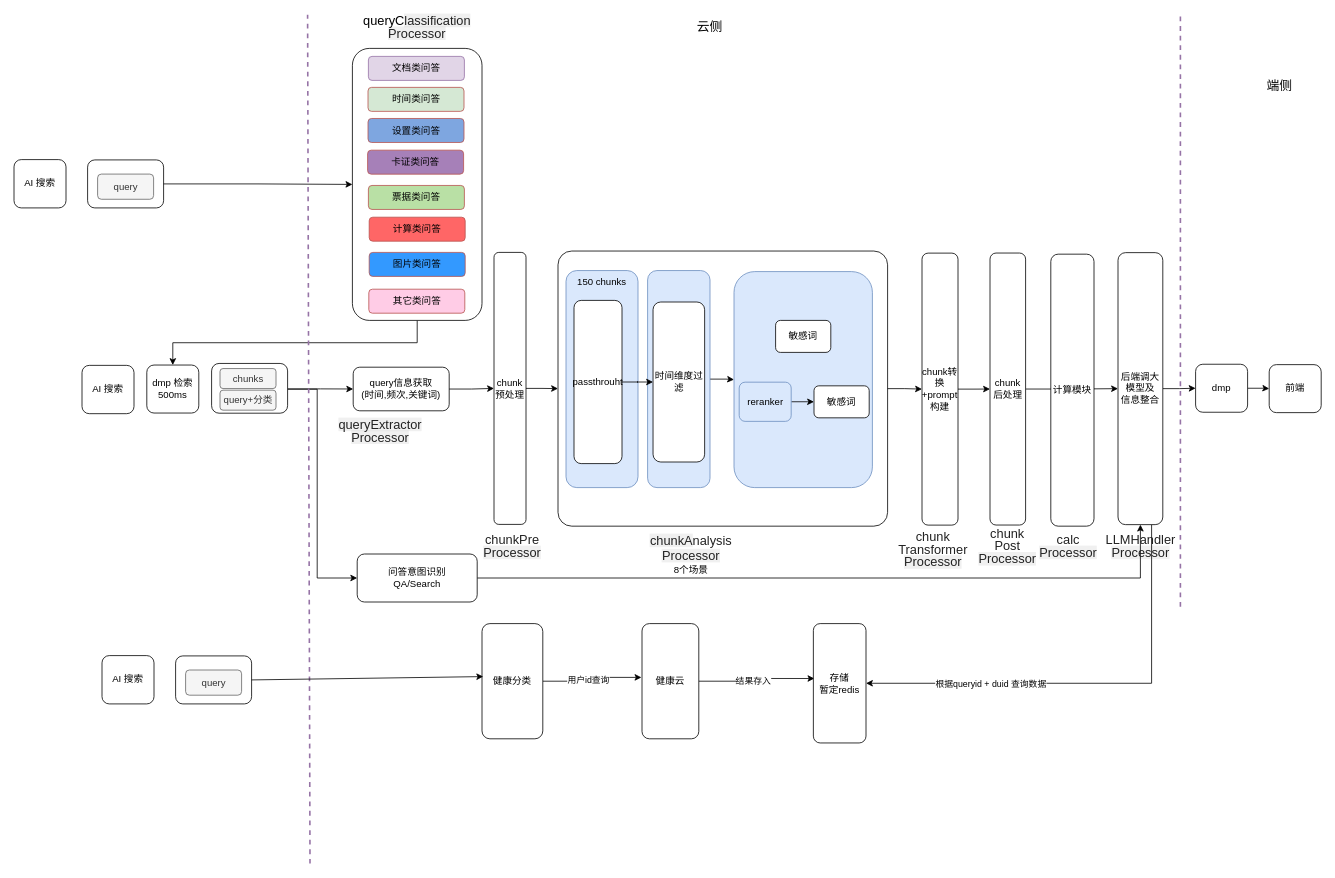
This is page "AI-search-2.0整体框图" (3 of 7) of 个性化.drawio from jingb/pythonRepo, a draw.io file, before an edit. Source tidied: cells renumbered, new cells numbered last; positions are measured from the earlier drawing's top-left corner, leaving out a move shared by most shapes. Both pictures are drawn from the tidied source at 80%, with x=0, y=0 at pixel (14, 14).
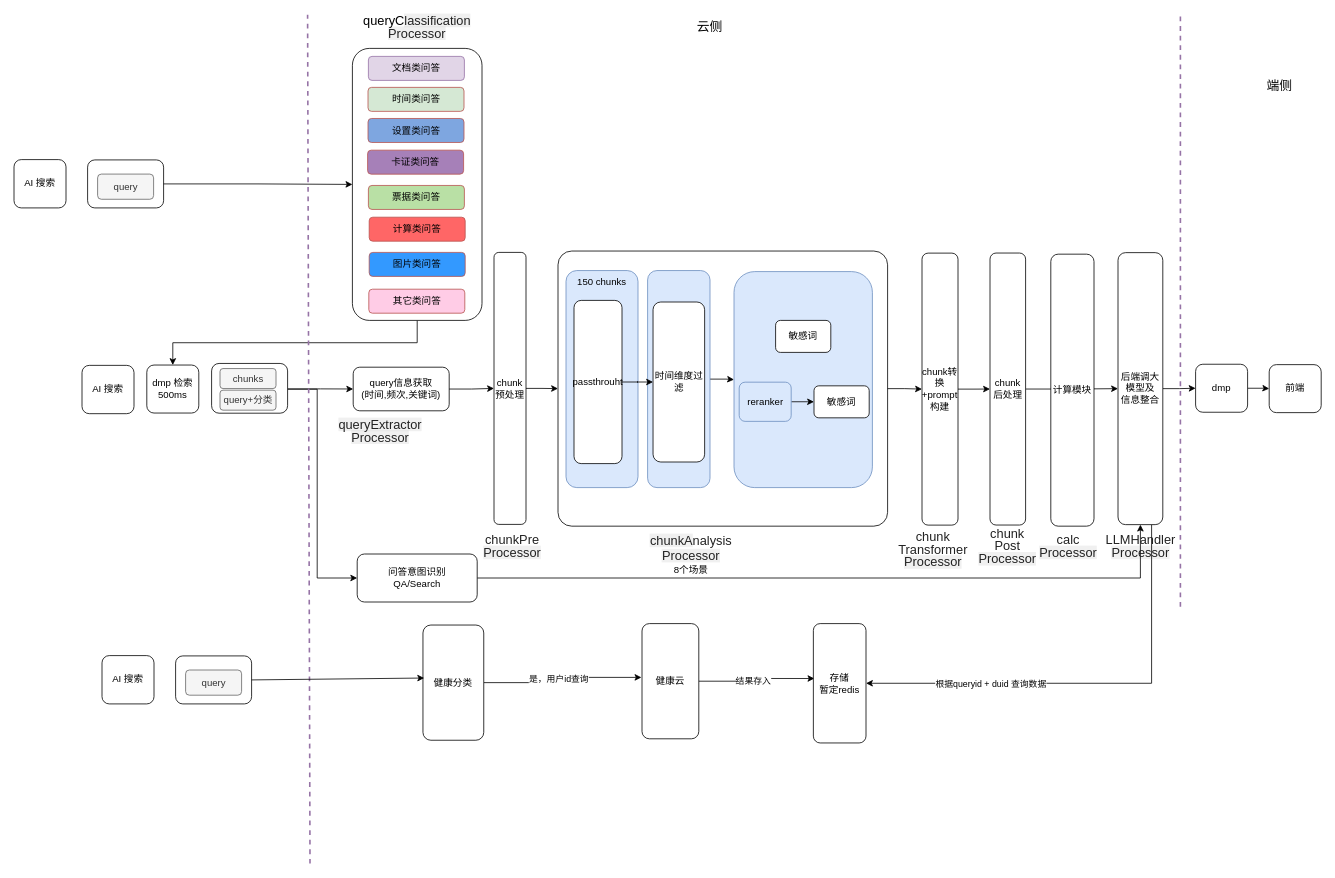
Above is the later version.

Commit message:
更新个性化.drawio

The change refers to these unchanged cells:
```xml
<mxCell id="69" style="edgeStyle=orthogonalEdgeStyle;rounded=0;jettySize=auto;html=1;exitX=1;exitY=0.5;exitDx=0;exitDy=0;entryX=-0.01;entryY=0.467;entryDx=0;entryDy=0;entryPerimeter=0;" parent="1" edge="1" source="71" target="75">
  <mxGeometry relative="1" as="geometry" />
</mxCell>
```

What changed in the source:
```diff
@@
-    <mxCell id="70" value="用户id查询" style="edgeLabel;html=1;align=center;verticalAlign=middle;" parent="69" vertex="1">
+    <mxCell id="70" value="是，用户id查询" style="edgeLabel;html=1;align=center;verticalAlign=middle;" parent="69" vertex="1">
       <mxGeometry x="0.02" y="4" relative="1" as="geometry">
         <mxPoint x="-2" y="1" as="offset" />
       </mxGeometry>
     </mxCell>
     <mxCell id="71" value="健康分类" style="rounded=1;whiteSpace=wrap;html=1;arcSize=13;" parent="1" vertex="1">
-      <mxGeometry x="585" y="761" width="76" height="144" as="geometry" />
+      <mxGeometry x="511.2" y="762.8" width="76" height="144" as="geometry" />
     </mxCell>
```
